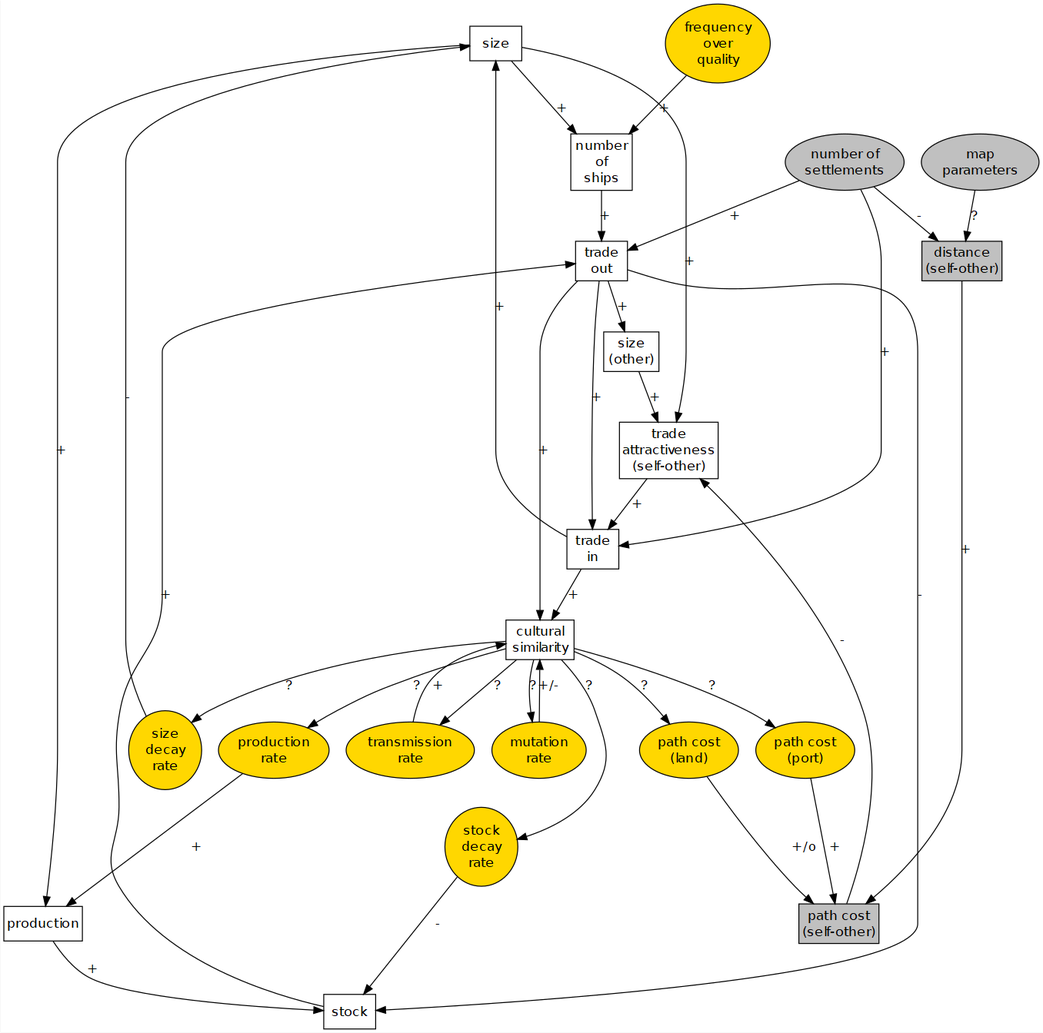
This is images/4-4-abm-PondTrade-concept-step13.png from o-date/draft, a Graphviz export, as it was before one commit. Its source is kept beside it as diagrams/4-4-abm-PondTrade-concept-step13.dot. The source it was exported from:
```dot
digraph pondTradeDiagram2 {

  # a 'graph' statement
  graph [overlap = true, fontsize = 10]

  # several 'node' statements

  node [shape = box,
  fontname = Helvetica]
  "size";
  "size\n(other)";
  "distance\n(self-other)" [ style="filled", fillcolor="grey" ];
  "path cost\n(self-other)" [ style="filled", fillcolor="grey" ];
  "number\nof\nships";
  "trade\nattractiveness\n(self-other)";
  "production";
  "stock";
  "cultural\nsimilarity";

  node [shape = ellipse,
  fontname = Helvetica,
  style="filled", fillcolor="grey"]
  "map\nparameters";
  "number of\nsettlements";

  node [shape = ellipse,
  fontname = Helvetica,
  style="filled", fillcolor="gold"]
  "production\nrate";
  "stock\ndecay\nrate";
  "size\ndecay\nrate";
  "path cost\n(land)";
  "path cost\n(port)";
  "frequency\nover\nquality";
  "transmission\nrate";
  "mutation\nrate";

  node [shape = box,
  fontname = Helvetica,
  style = ""]
  "trade\nin";
  "trade\nout";

  # several 'edge' statements
  "size\ndecay\nrate"     -> "size"          [ label="-" ];
  "size"          -> "production"            [ label="+" ];
  "size"          -> "number\nof\nships"     [ label="+" ];
  "size"          -> "trade\nattractiveness\n(self-other)" [ label="+" ];
  "size\n(other)"         -> "trade\nattractiveness\n(self-other)" [ label="+" ];
  "trade\nin"             -> "size"          [ label="+" ];
  "trade\nout"            -> "size\n(other)"         [ label="+" ];

  "map\nparameters"       -> "distance\n(self-other)" [ label="?"];
  "distance\n(self-other)"  -> "path cost\n(self-other)" [ label="+" ];
  "path cost\n(self-other)"-> "trade\nattractiveness\n(self-other)" [ label="-" ];
  "trade\nattractiveness\n(self-other)" -> "trade\nin"             [ label="+" ];
  "path cost\n(land)"     -> "path cost\n(self-other)" [ label="+/o" ];
  "path cost\n(port)"     -> "path cost\n(self-other)" [ label="+" ];

  "production\nrate"      -> "production"            [ label="+" ];
  "production"            -> "stock"                 [ label="+" ];
  "stock\ndecay\nrate"    -> "stock"                 [ label="-" ];
  "stock"                 -> "trade\nout"            [ label="+" ];
  "trade\nout"            -> "stock"                 [ label="-" ];
  "number\nof\nships"     -> "trade\nout"            [ label="+" ];

  "number of\nsettlements" -> "trade\nin"            [ label="+" ];
  "number of\nsettlements" -> "trade\nout"           [ label="+" ];
  "number of\nsettlements" -> "distance\n(self-other)"[ label="-" ];
  "trade\nout"            -> "trade\nin"             [ label="+" ];
  "frequency\nover\nquality"->"number\nof\nships"    [ label="+" ];

  "trade\nin"             -> "cultural\nsimilarity"  [ label="+" ];
  "trade\nout"            -> "cultural\nsimilarity"  [ label="+" ];
  "transmission\nrate"    -> "cultural\nsimilarity"  [ label="+" ];
  "mutation\nrate"        -> "cultural\nsimilarity"  [ label="+/-" ];

  "cultural\nsimilarity" -> "mutation\nrate" [ label="?" ];
  "cultural\nsimilarity" -> "transmission\nrate" [ label="?" ];
  "cultural\nsimilarity" -> "stock\ndecay\nrate" [ label="?" ];
  "cultural\nsimilarity" -> "production\nrate" [ label="?" ];
  "cultural\nsimilarity" -> "size\ndecay\nrate" [ label="?" ];
  "cultural\nsimilarity" -> "path cost\n(land)" [ label="?" ];
  "cultural\nsimilarity" -> "path cost\n(port)" [ label="?" ];
}
```
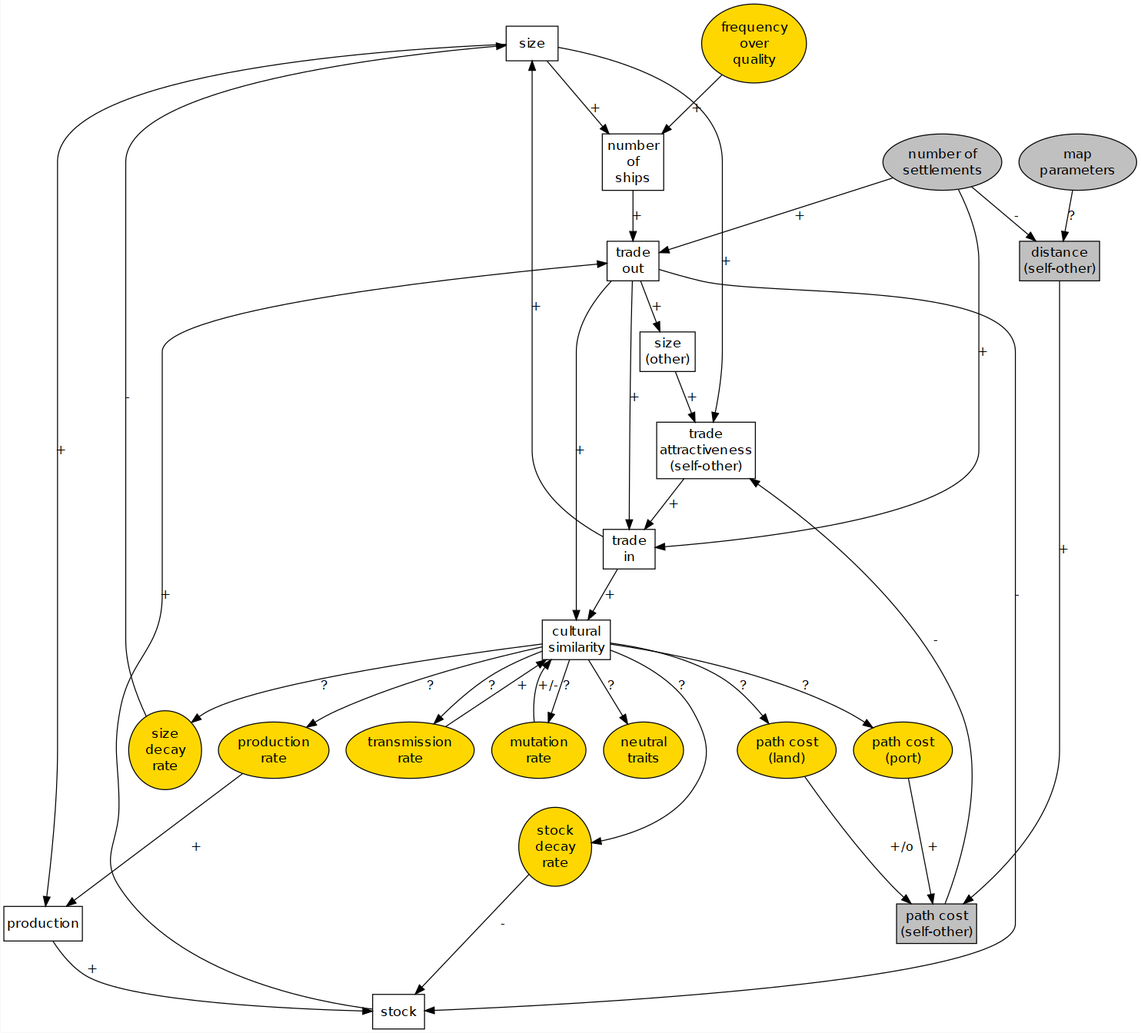
Above is the later version.

Commit message:
(4-4-abm-): updated diagram/images of exercise 4 - Pond Trade, step 13

Change to the diagram source:
```diff
@@ -34,6 +34,7 @@
   "frequency\nover\nquality";
   "transmission\nrate";
   "mutation\nrate";
+  "neutral\ntraits";
 
   node [shape = box,
   fontname = Helvetica,
@@ -82,4 +83,5 @@
   "cultural\nsimilarity" -> "size\ndecay\nrate" [ label="?" ];
   "cultural\nsimilarity" -> "path cost\n(land)" [ label="?" ];
   "cultural\nsimilarity" -> "path cost\n(port)" [ label="?" ];
+  "cultural\nsimilarity" -> "neutral\ntraits" [ label="?" ];
 }
```
